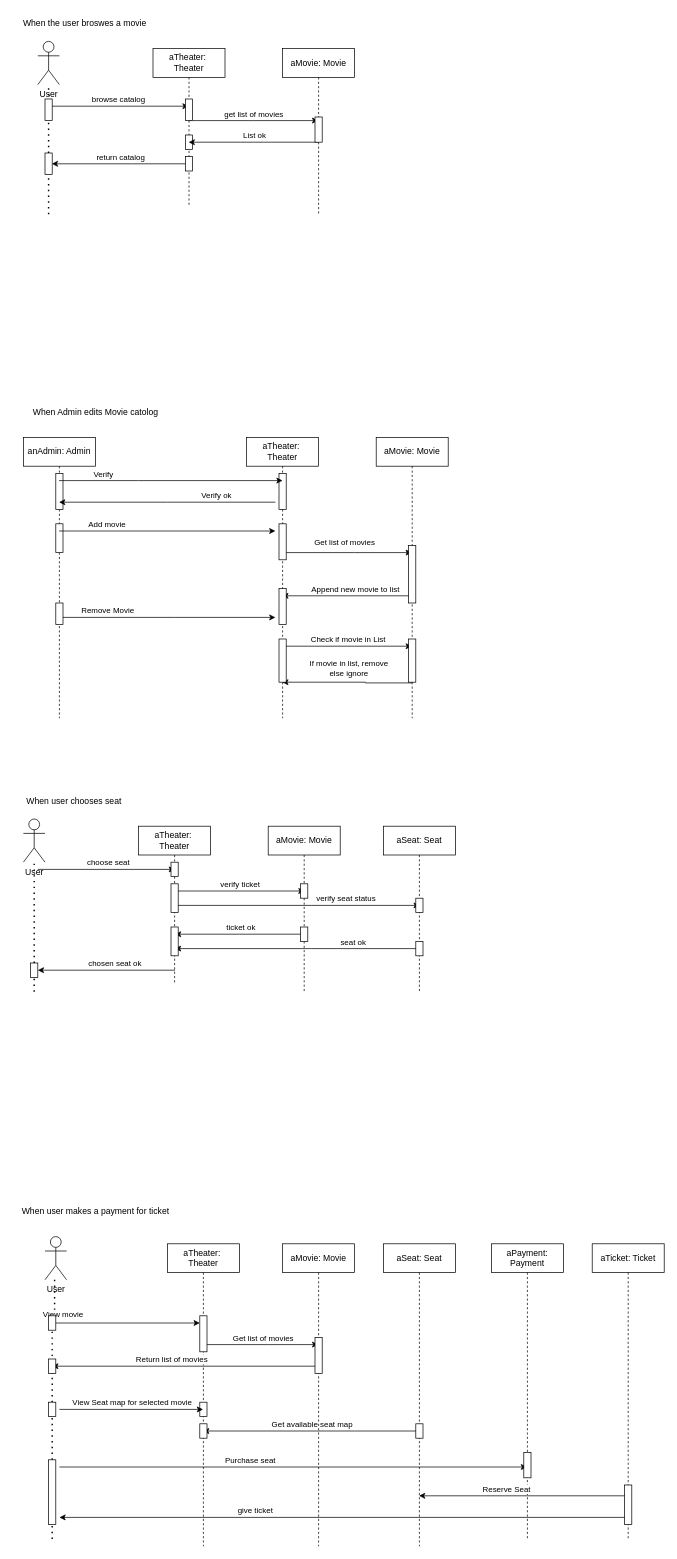
SenorYuen/ProjectGrp9 keeps this draw.io diagram as page "Sequence Diagram" (3 of 8) of ENSF 480 Final Project Diagrams.drawio. Above is the earlier version. Source tidied: cells renumbered, new cells numbered last; positions are measured from the earlier drawing's top-left corner, leaving out a move shared by most shapes. Both pictures are drawn from the tidied source at 72%, with x=0, y=0 at pixel (12, 12).
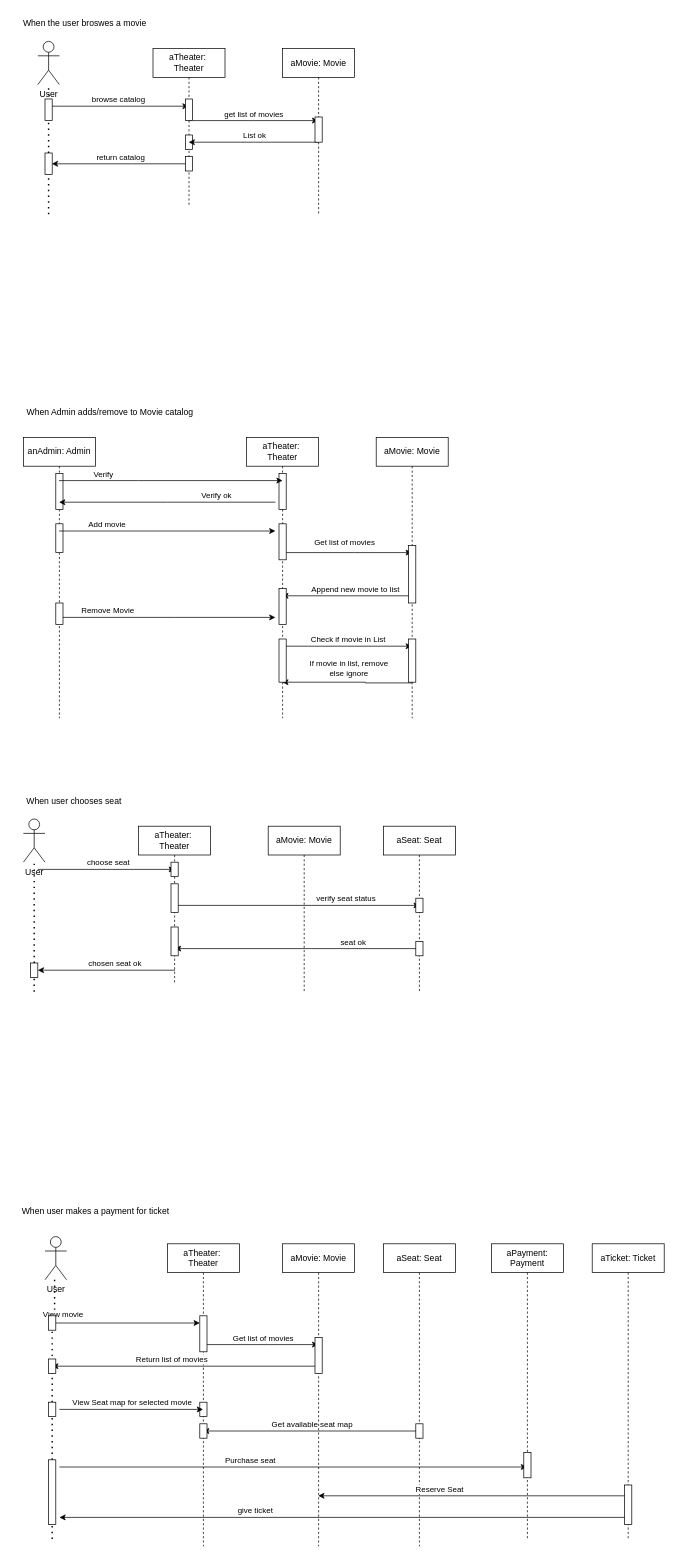
The same page after the edit.

Unchanged cells that the change refers to:
```xml
<mxCell id="62" value="aMovie: Movie" style="shape=umlLifeline;perimeter=lifelinePerimeter;whiteSpace=wrap;html=1;newEdgeStyle={&quot;curved&quot;:0,&quot;rounded&quot;:0};" parent="1" vertex="1">
  <mxGeometry x="355" y="1130" width="100" height="230" as="geometry" />
</mxCell>
<mxCell id="83" value="aMovie: Movie" style="shape=umlLifeline;perimeter=lifelinePerimeter;whiteSpace=wrap;html=1;outlineConnect=0;portConstraint=eastwest;newEdgeStyle={&quot;curved&quot;:0,&quot;rounded&quot;:0};" parent="1" vertex="1">
  <mxGeometry x="375" y="1710" width="100" height="420" as="geometry" />
</mxCell>
<mxCell id="85" value="aSeat: Seat" style="shape=umlLifeline;perimeter=lifelinePerimeter;whiteSpace=wrap;html=1;outlineConnect=0;portConstraint=eastwest;newEdgeStyle={&quot;curved&quot;:0,&quot;rounded&quot;:0};" parent="1" vertex="1">
  <mxGeometry x="515" y="1710" width="100" height="420" as="geometry" />
</mxCell>
<mxCell id="98" value="aTicket: Ticket" style="shape=umlLifeline;perimeter=lifelinePerimeter;whiteSpace=wrap;html=1;outlineConnect=0;portConstraint=eastwest;newEdgeStyle={&quot;curved&quot;:0,&quot;rounded&quot;:0};" parent="1" vertex="1">
  <mxGeometry x="805" y="1710" width="100" height="410" as="geometry" />
</mxCell>
```

The edit, as a diff of the source:
```diff
@@
-    <mxCell id="45" value="When Admin edits Movie catolog" style="text;html=1;align=center;verticalAlign=middle;strokeColor=none;fillColor=none;" parent="1" vertex="1">
-      <mxGeometry x="15" y="540" width="200" height="30" as="geometry" />
+    <mxCell id="45" value="When Admin adds/remove to Movie catalog" style="text;html=1;align=center;verticalAlign=middle;strokeColor=none;fillColor=none;" parent="1" vertex="1">
+      <mxGeometry x="10" y="540" width="250" height="30" as="geometry" />
     </mxCell>
@@
-    <mxCell id="52" style="edgeStyle=orthogonalEdgeStyle;rounded=0;orthogonalLoop=1;jettySize=auto;html=1;curved=0;" parent="1" edge="1">
-      <mxGeometry relative="1" as="geometry">
-        <mxPoint x="225.5" y="1220" as="sourcePoint" />
-        <mxPoint x="405.5" y="1220" as="targetPoint" />
-        <Array as="points">
-          <mxPoint x="325.5" y="1220" />
-          <mxPoint x="325.5" y="1220" />
-        </Array>
-      </mxGeometry>
-    </mxCell>
-    <mxCell id="53" value="verify ticket" style="edgeLabel;html=1;align=center;verticalAlign=middle;" parent="52" vertex="1">
-      <mxGeometry x="0.17" y="3" relative="1" as="geometry">
-        <mxPoint x="-15" y="-7" as="offset" />
-      </mxGeometry>
-    </mxCell>
-    <mxCell id="54" style="edgeStyle=orthogonalEdgeStyle;rounded=0;orthogonalLoop=1;jettySize=auto;html=1;curved=0;" parent="1" edge="1">
-      <mxGeometry relative="1" as="geometry">
-        <mxPoint x="405.5" y="1280" as="sourcePoint" />
-        <mxPoint x="225.5" y="1280" as="targetPoint" />
-        <Array as="points">
-          <mxPoint x="315.5" y="1280" />
-          <mxPoint x="315.5" y="1280" />
-        </Array>
-      </mxGeometry>
-    </mxCell>
-    <mxCell id="55" value="ticket ok" style="edgeLabel;html=1;align=center;verticalAlign=middle;" parent="54" vertex="1">
-      <mxGeometry x="-0.23" y="-1" relative="1" as="geometry">
-        <mxPoint x="-20" y="-9" as="offset" />
-      </mxGeometry>
-    </mxCell>
@@
-    <mxCell id="63" style="html=1;perimeter=orthogonalPerimeter;targetShapes=umlLifeline;newEdgeStyle={&quot;curved&quot;:0,&quot;rounded&quot;:0};" parent="62" vertex="1">
-      <mxGeometry x="45" y="80" width="10" height="20" as="geometry" />
-    </mxCell>
-    <mxCell id="64" style="html=1;perimeter=orthogonalPerimeter;targetShapes=umlLifeline;newEdgeStyle={&quot;curved&quot;:0,&quot;rounded&quot;:0};" parent="62" vertex="1">
-      <mxGeometry x="45" y="140" width="10" height="20" as="geometry" />
-    </mxCell>
@@
-    <mxCell id="94" style="rounded=0;jettySize=auto;html=1;" parent="1" edge="1" source="98" target="85">
+    <mxCell id="94" style="rounded=0;jettySize=auto;html=1;" parent="1" edge="1" source="98" target="83">
       <mxGeometry relative="1" as="geometry">
         <Array as="points">
           <mxPoint x="685" y="2060" />
         </Array>
       </mxGeometry>
     </mxCell>
```
